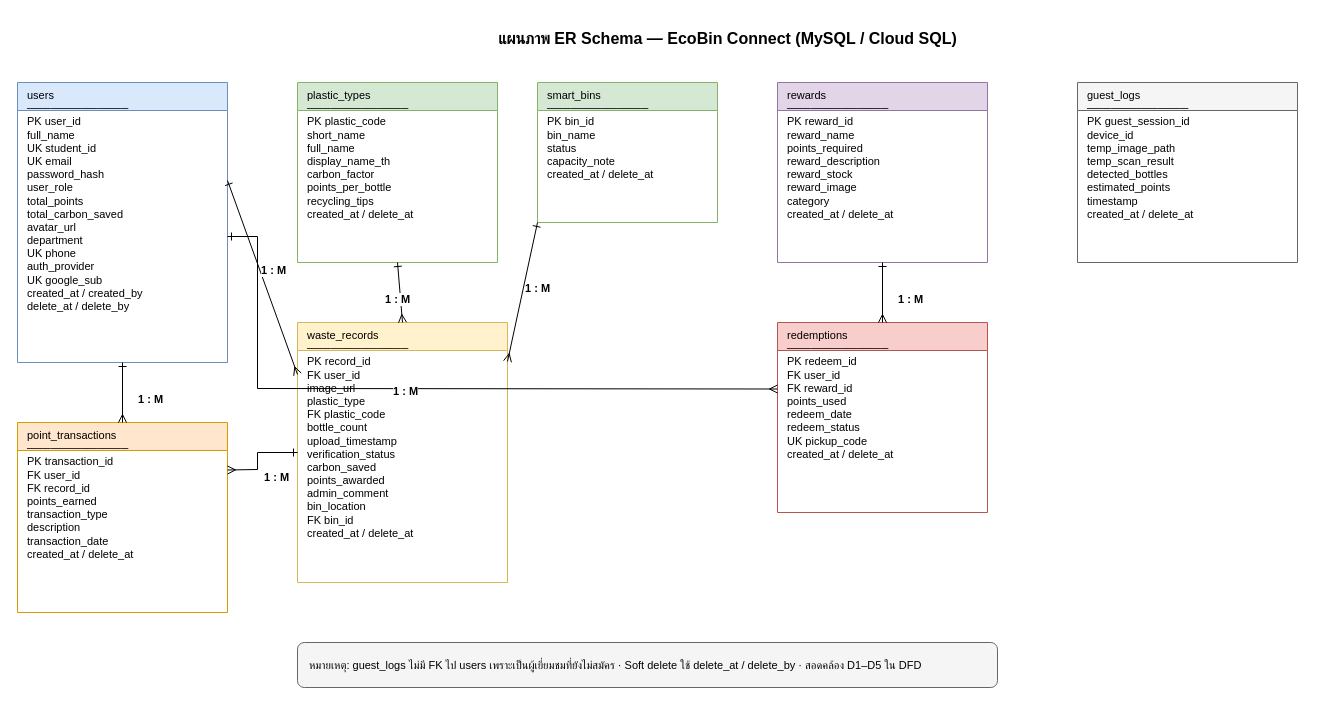
The draw.io diagram page "ER Schema (เต็มระบบ)" (2 of 2) of docs/diagrams/er/ecobin-er-schema.drawio in jirakit661102057104-cloud/ecobin-connect, before the edit. Source tidied: cells renumbered, new cells numbered last; positions are measured from the earlier drawing's top-left corner, leaving out a move shared by most shapes. Both pictures are drawn from the tidied source at 100%, with x=0, y=0 at pixel (17, 22).
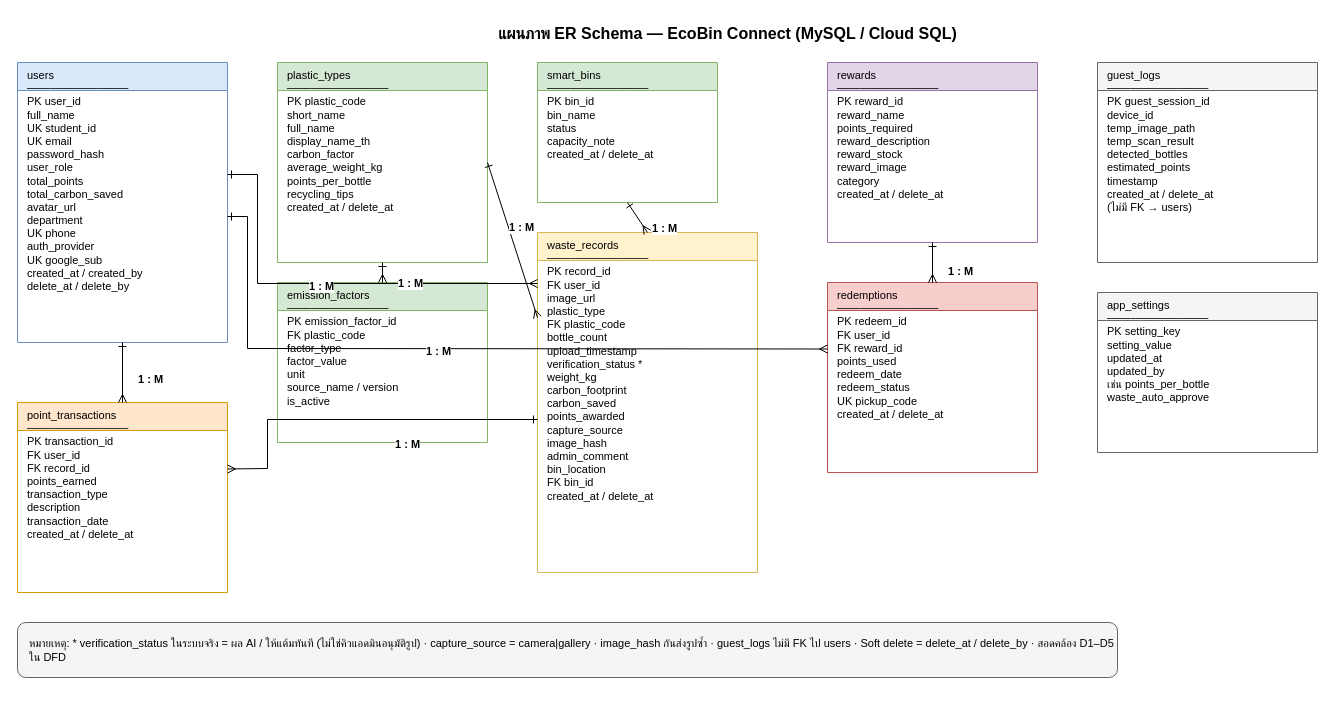
The same page after the edit.

What changed in the source:
```diff
@@
     <mxCell id="2" value="แผนภาพ ER Schema — EcoBin Connect (MySQL / Cloud SQL)" style="text;html=1;strokeColor=none;fillColor=none;align=center;fontStyle=1;fontSize=16;" parent="1" vertex="1">
-      <mxGeometry x="360" width="700" height="35" as="geometry" />
+      <mxGeometry x="360" y="-5" width="700" height="35" as="geometry" />
     </mxCell>
     <mxCell id="3" value="users&#10;─────────────&#10;PK user_id&#10;   full_name&#10;UK student_id&#10;UK email&#10;   password_hash&#10;   user_role&#10;   total_points&#10;   total_carbon_saved&#10;   avatar_url&#10;   department&#10;UK phone&#10;   auth_provider&#10;UK google_sub&#10;   created_at / created_by&#10;   delete_at / delete_by" style="shape=table;startSize=28;fontSize=11;align=left;spacingLeft=8;fillColor=#dae8fc;strokeColor=#6c8ebf;fontStyle=0;whiteSpace=wrap;html=1;verticalAlign=top;" parent="1" vertex="1">
-      <mxGeometry y="60" width="210" height="280" as="geometry" />
+      <mxGeometry y="40" width="210" height="280" as="geometry" />
     </mxCell>
-    <mxCell id="4" value="plastic_types&#10;─────────────&#10;PK plastic_code&#10;   short_name&#10;   full_name&#10;   display_name_th&#10;   carbon_factor&#10;   points_per_bottle&#10;   recycling_tips&#10;   created_at / delete_at" style="shape=table;startSize=28;fontSize=11;align=left;spacingLeft=8;fillColor=#d5e8d4;strokeColor=#82b366;whiteSpace=wrap;html=1;verticalAlign=top;" parent="1" vertex="1">
-      <mxGeometry x="280" y="60" width="200" height="180" as="geometry" />
+    <mxCell id="4" value="plastic_types&#10;─────────────&#10;PK plastic_code&#10;   short_name&#10;   full_name&#10;   display_name_th&#10;   carbon_factor&#10;   average_weight_kg&#10;   points_per_bottle&#10;   recycling_tips&#10;   created_at / delete_at" style="shape=table;startSize=28;fontSize=11;align=left;spacingLeft=8;fillColor=#d5e8d4;strokeColor=#82b366;whiteSpace=wrap;html=1;verticalAlign=top;" parent="1" vertex="1">
+      <mxGeometry x="260" y="40" width="210" height="200" as="geometry" />
     </mxCell>
+    <mxCell id="26" value="emission_factors&#10;─────────────&#10;PK emission_factor_id&#10;FK plastic_code&#10;   factor_type&#10;   factor_value&#10;   unit&#10;   source_name / version&#10;   is_active" style="shape=table;startSize=28;fontSize=11;align=left;spacingLeft=8;fillColor=#d5e8d4;strokeColor=#82b366;whiteSpace=wrap;html=1;verticalAlign=top;" parent="1" vertex="1">
+      <mxGeometry x="260" y="260" width="210" height="160" as="geometry" />
+    </mxCell>
     <mxCell id="5" value="smart_bins&#10;─────────────&#10;PK bin_id&#10;   bin_name&#10;   status&#10;   capacity_note&#10;   created_at / delete_at" style="shape=table;startSize=28;fontSize=11;align=left;spacingLeft=8;fillColor=#d5e8d4;strokeColor=#82b366;whiteSpace=wrap;html=1;verticalAlign=top;" parent="1" vertex="1">
-      <mxGeometry x="520" y="60" width="180" height="140" as="geometry" />
+      <mxGeometry x="520" y="40" width="180" height="140" as="geometry" />
     </mxCell>
-    <mxCell id="6" value="waste_records&#10;─────────────&#10;PK record_id&#10;FK user_id&#10;   image_url&#10;   plastic_type&#10;FK plastic_code&#10;   bottle_count&#10;   upload_timestamp&#10;   verification_status&#10;   carbon_saved&#10;   points_awarded&#10;   admin_comment&#10;   bin_location&#10;FK bin_id&#10;   created_at / delete_at" style="shape=table;startSize=28;fontSize=11;align=left;spacingLeft=8;fillColor=#fff2cc;strokeColor=#d6b656;whiteSpace=wrap;html=1;verticalAlign=top;" parent="1" vertex="1">
-      <mxGeometry x="280" y="300" width="210" height="260" as="geometry" />
+    <mxCell id="6" value="waste_records&#10;─────────────&#10;PK record_id&#10;FK user_id&#10;   image_url&#10;   plastic_type&#10;FK plastic_code&#10;   bottle_count&#10;   upload_timestamp&#10;   verification_status *&#10;   weight_kg&#10;   carbon_footprint&#10;   carbon_saved&#10;   points_awarded&#10;   capture_source&#10;   image_hash&#10;   admin_comment&#10;   bin_location&#10;FK bin_id&#10;   created_at / delete_at" style="shape=table;startSize=28;fontSize=11;align=left;spacingLeft=8;fillColor=#fff2cc;strokeColor=#d6b656;whiteSpace=wrap;html=1;verticalAlign=top;" parent="1" vertex="1">
+      <mxGeometry x="520" y="210" width="220" height="340" as="geometry" />
     </mxCell>
     <mxCell id="7" value="point_transactions&#10;─────────────&#10;PK transaction_id&#10;FK user_id&#10;FK record_id&#10;   points_earned&#10;   transaction_type&#10;   description&#10;   transaction_date&#10;   created_at / delete_at" style="shape=table;startSize=28;fontSize=11;align=left;spacingLeft=8;fillColor=#ffe6cc;strokeColor=#d79b00;whiteSpace=wrap;html=1;verticalAlign=top;" parent="1" vertex="1">
-      <mxGeometry y="400" width="210" height="190" as="geometry" />
+      <mxGeometry y="380" width="210" height="190" as="geometry" />
     </mxCell>
     <mxCell id="8" value="rewards&#10;─────────────&#10;PK reward_id&#10;   reward_name&#10;   points_required&#10;   reward_description&#10;   reward_stock&#10;   reward_image&#10;   category&#10;   created_at / delete_at" style="shape=table;startSize=28;fontSize=11;align=left;spacingLeft=8;fillColor=#e1d5e7;strokeColor=#9673a6;whiteSpace=wrap;html=1;verticalAlign=top;" parent="1" vertex="1">
-      <mxGeometry x="760" y="60" width="210" height="180" as="geometry" />
+      <mxGeometry x="810" y="40" width="210" height="180" as="geometry" />
     </mxCell>
     <mxCell id="9" value="redemptions&#10;─────────────&#10;PK redeem_id&#10;FK user_id&#10;FK reward_id&#10;   points_used&#10;   redeem_date&#10;   redeem_status&#10;UK pickup_code&#10;   created_at / delete_at" style="shape=table;startSize=28;fontSize=11;align=left;spacingLeft=8;fillColor=#f8cecc;strokeColor=#b85450;whiteSpace=wrap;html=1;verticalAlign=top;" parent="1" vertex="1">
-      <mxGeometry x="760" y="300" width="210" height="190" as="geometry" />
+      <mxGeometry x="810" y="260" width="210" height="190" as="geometry" />
     </mxCell>
-    <mxCell id="10" value="guest_logs&#10;─────────────&#10;PK guest_session_id&#10;   device_id&#10;   temp_image_path&#10;   temp_scan_result&#10;   detected_bottles&#10;   estimated_points&#10;   timestamp&#10;   created_at / delete_at" style="shape=table;startSize=28;fontSize=11;align=left;spacingLeft=8;fillColor=#f5f5f5;strokeColor=#666666;whiteSpace=wrap;html=1;verticalAlign=top;" parent="1" vertex="1">
-      <mxGeometry x="1060" y="60" width="220" height="180" as="geometry" />
+    <mxCell id="10" value="guest_logs&#10;─────────────&#10;PK guest_session_id&#10;   device_id&#10;   temp_image_path&#10;   temp_scan_result&#10;   detected_bottles&#10;   estimated_points&#10;   timestamp&#10;   created_at / delete_at&#10;(ไม่มี FK → users)" style="shape=table;startSize=28;fontSize=11;align=left;spacingLeft=8;fillColor=#f5f5f5;strokeColor=#666666;whiteSpace=wrap;html=1;verticalAlign=top;" parent="1" vertex="1">
+      <mxGeometry x="1080" y="40" width="220" height="200" as="geometry" />
     </mxCell>
+    <mxCell id="27" value="app_settings&#10;─────────────&#10;PK setting_key&#10;   setting_value&#10;   updated_at&#10;   updated_by&#10;เช่น points_per_bottle&#10;waste_auto_approve" style="shape=table;startSize=28;fontSize=11;align=left;spacingLeft=8;fillColor=#f5f5f5;strokeColor=#666666;whiteSpace=wrap;html=1;verticalAlign=top;" parent="1" vertex="1">
+      <mxGeometry x="1080" y="270" width="220" height="160" as="geometry" />
+    </mxCell>
-    <mxCell id="11" style="endArrow=ERmany;startArrow=ERone;html=1;rounded=0;exitX=1;exitY=0.35;entryX=0;entryY=0.2;" parent="1" edge="1" source="3" target="6">
-      <mxGeometry relative="1" as="geometry" />
+    <mxCell id="11" style="endArrow=ERmany;startArrow=ERone;html=1;rounded=0;exitX=1;exitY=0.4;entryX=0;entryY=0.15;" parent="1" edge="1" source="3" target="6">
+      <mxGeometry relative="1" as="geometry">
+        <Array as="points">
+          <mxPoint x="240" y="152" />
+          <mxPoint x="240" y="261" />
+        </Array>
+      </mxGeometry>
     </mxCell>
@@
     <mxCell id="15" style="endArrow=ERmany;startArrow=ERone;html=1;rounded=0;exitX=1;exitY=0.55;entryX=0;entryY=0.35;" parent="1" edge="1" source="3" target="9">
       <mxGeometry relative="1" as="geometry">
         <Array as="points">
-          <mxPoint x="240" y="214" />
-          <mxPoint x="240" y="366" />
+          <mxPoint x="230" y="194" />
+          <mxPoint x="230" y="326" />
         </Array>
       </mxGeometry>
     </mxCell>
@@
-    <mxCell id="17" style="endArrow=ERmany;startArrow=ERone;html=1;rounded=0;exitX=0.5;exitY=1;entryX=0.5;entryY=0;" parent="1" edge="1" source="4" target="6">
+    <mxCell id="17" style="endArrow=ERmany;startArrow=ERone;html=1;rounded=0;exitX=1;exitY=0.5;entryX=0;entryY=0.25;" parent="1" edge="1" source="4" target="6">
       <mxGeometry relative="1" as="geometry" />
     </mxCell>
     <mxCell id="18" value="1 : M" style="edgeLabel;html=1;fontSize=11;fontStyle=1;labelBackgroundColor=#ffffff;" parent="17" vertex="1">
       <mxGeometry x="-0.2" relative="1" as="geometry">
-        <mxPoint x="-16" as="offset" />
+        <mxPoint y="-10" as="offset" />
       </mxGeometry>
     </mxCell>
+    <mxCell id="28" style="endArrow=ERmany;startArrow=ERone;html=1;rounded=0;exitX=0.5;exitY=1;entryX=0.5;entryY=0;" parent="1" edge="1" source="4" target="26">
+      <mxGeometry relative="1" as="geometry" />
+    </mxCell>
+    <mxCell id="29" value="1 : M" style="edgeLabel;html=1;fontSize=11;fontStyle=1;labelBackgroundColor=#ffffff;" parent="28" vertex="1">
+      <mxGeometry x="-0.2" relative="1" as="geometry">
+        <mxPoint x="14" as="offset" />
+      </mxGeometry>
+    </mxCell>
-    <mxCell id="19" style="endArrow=ERmany;startArrow=ERone;html=1;rounded=0;exitX=0;exitY=1;entryX=1;entryY=0.15;" parent="1" edge="1" source="5" target="6">
+    <mxCell id="19" style="endArrow=ERmany;startArrow=ERone;html=1;rounded=0;exitX=0.5;exitY=1;entryX=0.5;entryY=0;" parent="1" edge="1" source="5" target="6">
       <mxGeometry relative="1" as="geometry" />
     </mxCell>
     <mxCell id="20" value="1 : M" style="edgeLabel;html=1;fontSize=11;fontStyle=1;labelBackgroundColor=#ffffff;" parent="19" vertex="1">
       <mxGeometry x="-0.1" relative="1" as="geometry">
-        <mxPoint y="-10" as="offset" />
+        <mxPoint x="14" as="offset" />
       </mxGeometry>
     </mxCell>
-    <mxCell id="21" style="endArrow=ERmany;startArrow=ERone;html=1;rounded=0;exitX=0;exitY=0.5;entryX=1;entryY=0.25;" parent="1" edge="1" source="6" target="7">
+    <mxCell id="21" style="endArrow=ERmany;startArrow=ERone;html=1;rounded=0;exitX=0;exitY=0.55;entryX=1;entryY=0.35;" parent="1" edge="1" source="6" target="7">
       <mxGeometry relative="1" as="geometry">
         <Array as="points">
-          <mxPoint x="240" y="430" />
-          <mxPoint x="240" y="447" />
+          <mxPoint x="250" y="397" />
+          <mxPoint x="250" y="446" />
         </Array>
       </mxGeometry>
     </mxCell>
@@
-    <mxCell id="25" value="หมายเหตุ: guest_logs ไม่มี FK ไป users เพราะเป็นผู้เยี่ยมชมที่ยังไม่สมัคร · Soft delete ใช้ delete_at / delete_by · สอดคล้อง D1–D5 ใน DFD" style="rounded=1;whiteSpace=wrap;html=1;fillColor=#f5f5f5;strokeColor=#666666;align=left;spacingLeft=10;fontSize=11;" parent="1" vertex="1">
-      <mxGeometry x="280" y="620" width="700" height="45" as="geometry" />
+    <mxCell id="25" value="หมายเหตุ: * verification_status ในระบบจริง = ผล AI / ให้แต้มทันที (ไม่ใช่คิวแอดมินอนุมัติรูป) · capture_source = camera|gallery · image_hash กันส่งรูปซ้ำ · guest_logs ไม่มี FK ไป users · Soft delete = delete_at / delete_by · สอดคล้อง D1–D5 ใน DFD" style="rounded=1;whiteSpace=wrap;html=1;fillColor=#f5f5f5;strokeColor=#666666;align=left;spacingLeft=10;fontSize=11;" parent="1" vertex="1">
+      <mxGeometry y="600" width="1100" height="55" as="geometry" />
     </mxCell>
```
